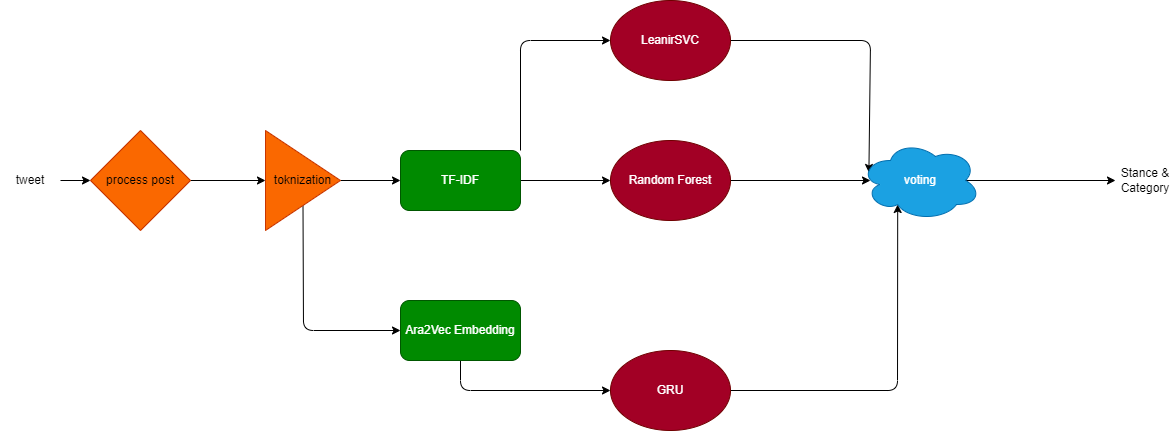
Above: schemas/voting_pipeline_cat.png in nadaelsayed11/Arabic-Tweets-Sentiment-Classification (draw.io), before the change. Source tidied: cells renumbered, new cells last; positions are measured from the earlier drawing's top-left corner, leaving out a move shared by most shapes. The source it was exported from:
```xml
<mxGraphModel>
  <root>
    <mxCell id="0" />
    <mxCell id="1" parent="0" />
    <mxCell id="2" style="edgeStyle=none;html=1;exitX=1;exitY=0.5;exitDx=0;exitDy=0;" parent="1" edge="1" source="3" target="5">
      <mxGeometry relative="1" as="geometry" />
    </mxCell>
    <mxCell id="3" value="tweet" style="text;html=1;strokeColor=none;fillColor=none;align=center;verticalAlign=middle;whiteSpace=wrap;rounded=0;" parent="1" vertex="1">
      <mxGeometry y="165" width="60" height="30" as="geometry" />
    </mxCell>
    <mxCell id="4" style="edgeStyle=none;html=1;exitX=1;exitY=0.5;exitDx=0;exitDy=0;" parent="1" edge="1" source="5" target="8">
      <mxGeometry relative="1" as="geometry" />
    </mxCell>
    <mxCell id="5" value="process post" style="rhombus;whiteSpace=wrap;html=1;fillColor=#fa6800;fontColor=#000000;strokeColor=#C73500;" parent="1" vertex="1">
      <mxGeometry x="90" y="130" width="100" height="100" as="geometry" />
    </mxCell>
    <mxCell id="6" style="edgeStyle=none;html=1;exitX=1;exitY=0.5;exitDx=0;exitDy=0;entryX=0;entryY=0.5;entryDx=0;entryDy=0;" parent="1" edge="1" source="8" target="11">
      <mxGeometry relative="1" as="geometry" />
    </mxCell>
    <mxCell id="7" style="edgeStyle=none;html=1;exitX=0.5;exitY=1;exitDx=0;exitDy=0;entryX=0;entryY=0.5;entryDx=0;entryDy=0;" parent="1" edge="1" source="8" target="19">
      <mxGeometry relative="1" as="geometry">
        <Array as="points">
          <mxPoint x="303" y="330" />
        </Array>
      </mxGeometry>
    </mxCell>
    <mxCell id="8" value="toknization" style="triangle;whiteSpace=wrap;html=1;fillColor=#fa6800;fontColor=#000000;strokeColor=#C73500;" parent="1" vertex="1">
      <mxGeometry x="265" y="130" width="75" height="100" as="geometry" />
    </mxCell>
    <mxCell id="9" style="edgeStyle=none;html=1;exitX=1;exitY=0;exitDx=0;exitDy=0;entryX=0;entryY=0.5;entryDx=0;entryDy=0;" parent="1" edge="1" source="11" target="13">
      <mxGeometry relative="1" as="geometry">
        <Array as="points">
          <mxPoint x="520" y="40" />
        </Array>
      </mxGeometry>
    </mxCell>
    <mxCell id="10" style="edgeStyle=none;html=1;exitX=1;exitY=0.5;exitDx=0;exitDy=0;" parent="1" edge="1" source="11" target="15">
      <mxGeometry relative="1" as="geometry" />
    </mxCell>
    <mxCell id="11" value="TF-IDF" style="rounded=1;whiteSpace=wrap;html=1;fillColor=#008a00;fontColor=#ffffff;strokeColor=#005700;" parent="1" vertex="1">
      <mxGeometry x="400" y="150" width="120" height="60" as="geometry" />
    </mxCell>
    <mxCell id="12" style="edgeStyle=none;html=1;exitX=1;exitY=0.5;exitDx=0;exitDy=0;entryX=0.07;entryY=0.4;entryDx=0;entryDy=0;entryPerimeter=0;" parent="1" edge="1" source="13" target="21">
      <mxGeometry relative="1" as="geometry">
        <Array as="points">
          <mxPoint x="870" y="40" />
        </Array>
      </mxGeometry>
    </mxCell>
    <mxCell id="13" value="Leani&lt;span style=&quot;color: rgba(0 , 0 , 0 , 0) ; font-family: monospace ; font-size: 0px&quot;&gt;3CmxGraphModel%3E%3Croot%3E%3CmxCell%20id%3D%220%22%2F%3E%3CmxCell%20id%3D%221%22%20parent%3D%220%22%2F%3E%3CmxCell%20id%3D%222%22%20value%3D%22TF-IDF%22%20style%3D%22rounded%3D1%3BwhiteSpace%3Dwrap%3Bhtml%3D1%3B%22%20vertex%3D%221%22%20parent%3D%221%22%3E%3CmxGeometry%20x%3D%22500%22%20y%3D%2270%22%20width%3D%22120%22%20height%3D%2260%22%20as%3D%22geometry%22%2F%3E%3C%2FmxCell%3E%3C%2Froot%3E%3C%2FmxGraphModel%3&lt;/span&gt;rSVC" style="ellipse;whiteSpace=wrap;html=1;fillColor=#a20025;fontColor=#ffffff;strokeColor=#6F0000;" parent="1" vertex="1">
      <mxGeometry x="610" width="120" height="80" as="geometry" />
    </mxCell>
    <mxCell id="14" style="edgeStyle=none;html=1;exitX=1;exitY=0.5;exitDx=0;exitDy=0;" parent="1" edge="1" source="15">
      <mxGeometry relative="1" as="geometry">
        <mxPoint x="870" y="180" as="targetPoint" />
      </mxGeometry>
    </mxCell>
    <mxCell id="15" value="Random Forest" style="ellipse;whiteSpace=wrap;html=1;fillColor=#a20025;fontColor=#ffffff;strokeColor=#6F0000;" parent="1" vertex="1">
      <mxGeometry x="610" y="140" width="120" height="80" as="geometry" />
    </mxCell>
    <mxCell id="16" style="edgeStyle=none;html=1;exitX=1;exitY=0.5;exitDx=0;exitDy=0;entryX=0.31;entryY=0.8;entryDx=0;entryDy=0;entryPerimeter=0;" parent="1" edge="1" source="17" target="21">
      <mxGeometry relative="1" as="geometry">
        <Array as="points">
          <mxPoint x="897" y="390" />
        </Array>
      </mxGeometry>
    </mxCell>
    <mxCell id="17" value="GRU" style="ellipse;whiteSpace=wrap;html=1;fillColor=#a20025;fontColor=#ffffff;strokeColor=#6F0000;" parent="1" vertex="1">
      <mxGeometry x="610" y="350" width="120" height="80" as="geometry" />
    </mxCell>
    <mxCell id="18" style="edgeStyle=none;html=1;exitX=0.5;exitY=1;exitDx=0;exitDy=0;entryX=0;entryY=0.5;entryDx=0;entryDy=0;" parent="1" edge="1" source="19" target="17">
      <mxGeometry relative="1" as="geometry">
        <Array as="points">
          <mxPoint x="460" y="390" />
        </Array>
      </mxGeometry>
    </mxCell>
    <mxCell id="19" value="Ara2Vec Embedding" style="rounded=1;whiteSpace=wrap;html=1;fillColor=#008a00;fontColor=#ffffff;strokeColor=#005700;" parent="1" vertex="1">
      <mxGeometry x="400" y="300" width="120" height="60" as="geometry" />
    </mxCell>
    <mxCell id="20" style="edgeStyle=none;html=1;exitX=0.875;exitY=0.5;exitDx=0;exitDy=0;exitPerimeter=0;" parent="1" edge="1" source="21" target="22">
      <mxGeometry relative="1" as="geometry" />
    </mxCell>
    <mxCell id="21" value="voting" style="ellipse;shape=cloud;whiteSpace=wrap;html=1;fillColor=#1ba1e2;fontColor=#ffffff;strokeColor=#006EAF;" parent="1" vertex="1">
      <mxGeometry x="860" y="140" width="120" height="80" as="geometry" />
    </mxCell>
    <mxCell id="22" value="Stance &amp;amp; Category" style="text;html=1;strokeColor=none;fillColor=none;align=center;verticalAlign=middle;whiteSpace=wrap;rounded=0;" parent="1" vertex="1">
      <mxGeometry x="1115" y="165" width="60" height="30" as="geometry" />
    </mxCell>
  </root>
</mxGraphModel>
```
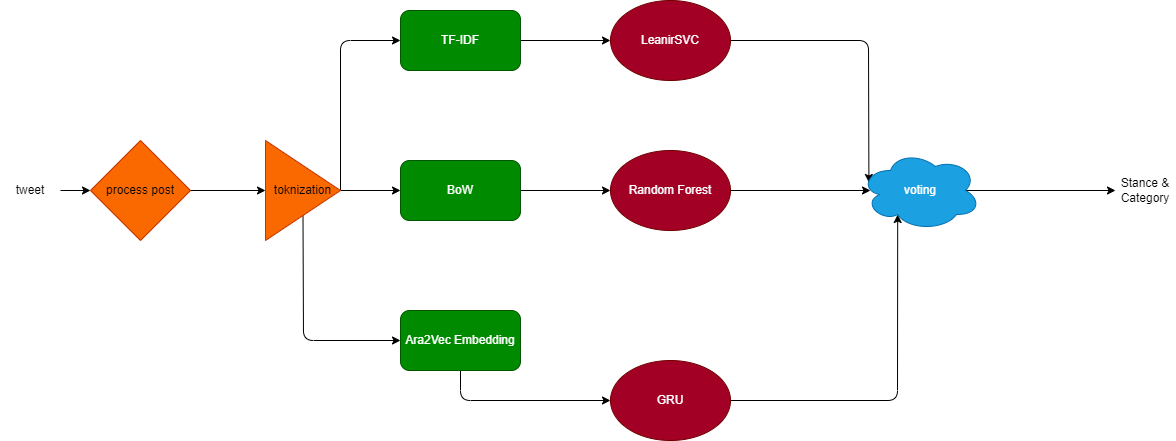
The same file after the commit.

Change to the diagram source:
```diff
@@ -15,7 +15,11 @@
       <mxGeometry x="90" y="130" width="100" height="100" as="geometry" />
     </mxCell>
     <mxCell id="6" style="edgeStyle=none;html=1;exitX=1;exitY=0.5;exitDx=0;exitDy=0;entryX=0;entryY=0.5;entryDx=0;entryDy=0;" parent="1" edge="1" source="8" target="11">
-      <mxGeometry relative="1" as="geometry" />
+      <mxGeometry relative="1" as="geometry">
+        <Array as="points">
+          <mxPoint x="340" y="30" />
+        </Array>
+      </mxGeometry>
     </mxCell>
     <mxCell id="7" style="edgeStyle=none;html=1;exitX=0.5;exitY=1;exitDx=0;exitDy=0;entryX=0;entryY=0.5;entryDx=0;entryDy=0;" parent="1" edge="1" source="8" target="19">
       <mxGeometry relative="1" as="geometry">
@@ -24,31 +28,27 @@
         </Array>
       </mxGeometry>
     </mxCell>
+    <mxCell id="23" style="edgeStyle=none;html=1;exitX=1;exitY=0.5;exitDx=0;exitDy=0;entryX=0;entryY=0.5;entryDx=0;entryDy=0;" parent="1" edge="1" source="8" target="25">
+      <mxGeometry relative="1" as="geometry" />
+    </mxCell>
     <mxCell id="8" value="toknization" style="triangle;whiteSpace=wrap;html=1;fillColor=#fa6800;fontColor=#000000;strokeColor=#C73500;" parent="1" vertex="1">
       <mxGeometry x="265" y="130" width="75" height="100" as="geometry" />
     </mxCell>
-    <mxCell id="9" style="edgeStyle=none;html=1;exitX=1;exitY=0;exitDx=0;exitDy=0;entryX=0;entryY=0.5;entryDx=0;entryDy=0;" parent="1" edge="1" source="11" target="13">
-      <mxGeometry relative="1" as="geometry">
-        <Array as="points">
-          <mxPoint x="520" y="40" />
-        </Array>
-      </mxGeometry>
+    <mxCell id="9" style="edgeStyle=none;html=1;exitX=1;exitY=0.5;exitDx=0;exitDy=0;entryX=0;entryY=0.5;entryDx=0;entryDy=0;" parent="1" edge="1" source="11" target="13">
+      <mxGeometry relative="1" as="geometry" />
     </mxCell>
-    <mxCell id="10" style="edgeStyle=none;html=1;exitX=1;exitY=0.5;exitDx=0;exitDy=0;" parent="1" edge="1" source="11" target="15">
-      <mxGeometry relative="1" as="geometry" />
-    </mxCell>
     <mxCell id="11" value="TF-IDF" style="rounded=1;whiteSpace=wrap;html=1;fillColor=#008a00;fontColor=#ffffff;strokeColor=#005700;" parent="1" vertex="1">
-      <mxGeometry x="400" y="150" width="120" height="60" as="geometry" />
+      <mxGeometry x="400" width="120" height="60" as="geometry" />
     </mxCell>
     <mxCell id="12" style="edgeStyle=none;html=1;exitX=1;exitY=0.5;exitDx=0;exitDy=0;entryX=0.07;entryY=0.4;entryDx=0;entryDy=0;entryPerimeter=0;" parent="1" edge="1" source="13" target="21">
       <mxGeometry relative="1" as="geometry">
         <Array as="points">
-          <mxPoint x="870" y="40" />
+          <mxPoint x="868" y="30" />
         </Array>
       </mxGeometry>
     </mxCell>
     <mxCell id="13" value="Leani&lt;span style=&quot;color: rgba(0 , 0 , 0 , 0) ; font-family: monospace ; font-size: 0px&quot;&gt;3CmxGraphModel%3E%3Croot%3E%3CmxCell%20id%3D%220%22%2F%3E%3CmxCell%20id%3D%221%22%20parent%3D%220%22%2F%3E%3CmxCell%20id%3D%222%22%20value%3D%22TF-IDF%22%20style%3D%22rounded%3D1%3BwhiteSpace%3Dwrap%3Bhtml%3D1%3B%22%20vertex%3D%221%22%20parent%3D%221%22%3E%3CmxGeometry%20x%3D%22500%22%20y%3D%2270%22%20width%3D%22120%22%20height%3D%2260%22%20as%3D%22geometry%22%2F%3E%3C%2FmxCell%3E%3C%2Froot%3E%3C%2FmxGraphModel%3&lt;/span&gt;rSVC" style="ellipse;whiteSpace=wrap;html=1;fillColor=#a20025;fontColor=#ffffff;strokeColor=#6F0000;" parent="1" vertex="1">
-      <mxGeometry x="610" width="120" height="80" as="geometry" />
+      <mxGeometry x="610" y="-10" width="120" height="80" as="geometry" />
     </mxCell>
     <mxCell id="14" style="edgeStyle=none;html=1;exitX=1;exitY=0.5;exitDx=0;exitDy=0;" parent="1" edge="1" source="15">
       <mxGeometry relative="1" as="geometry">
@@ -87,5 +87,11 @@
     <mxCell id="22" value="Stance &amp;amp; Category" style="text;html=1;strokeColor=none;fillColor=none;align=center;verticalAlign=middle;whiteSpace=wrap;rounded=0;" parent="1" vertex="1">
       <mxGeometry x="1115" y="165" width="60" height="30" as="geometry" />
     </mxCell>
+    <mxCell id="24" style="edgeStyle=none;html=1;exitX=1;exitY=0.5;exitDx=0;exitDy=0;entryX=0;entryY=0.5;entryDx=0;entryDy=0;" parent="1" edge="1" source="25" target="15">
+      <mxGeometry relative="1" as="geometry" />
+    </mxCell>
+    <mxCell id="25" value="BoW" style="rounded=1;whiteSpace=wrap;html=1;fillColor=#008a00;fontColor=#ffffff;strokeColor=#005700;" parent="1" vertex="1">
+      <mxGeometry x="400" y="150" width="120" height="60" as="geometry" />
+    </mxCell>
   </root>
 </mxGraphModel>
```
